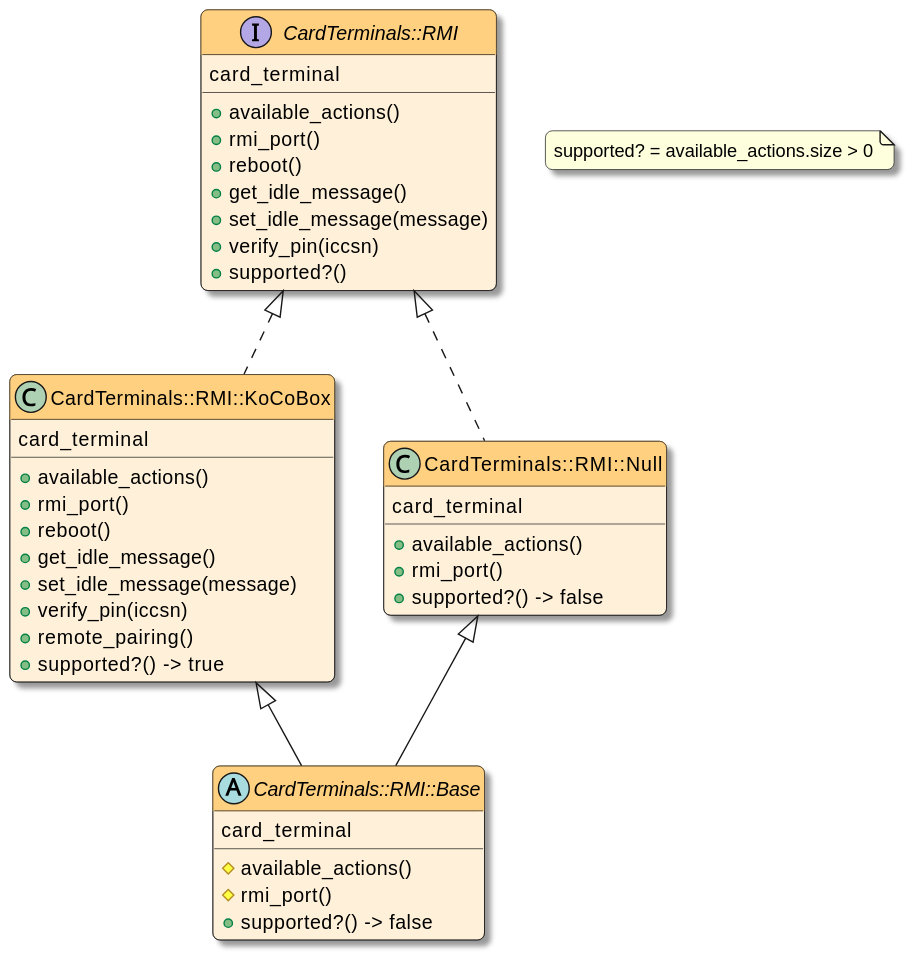
Earlier version of the PlantUML export docs/devnotes/_images/card_terminals/rmi.svg (swobspace/cocard).
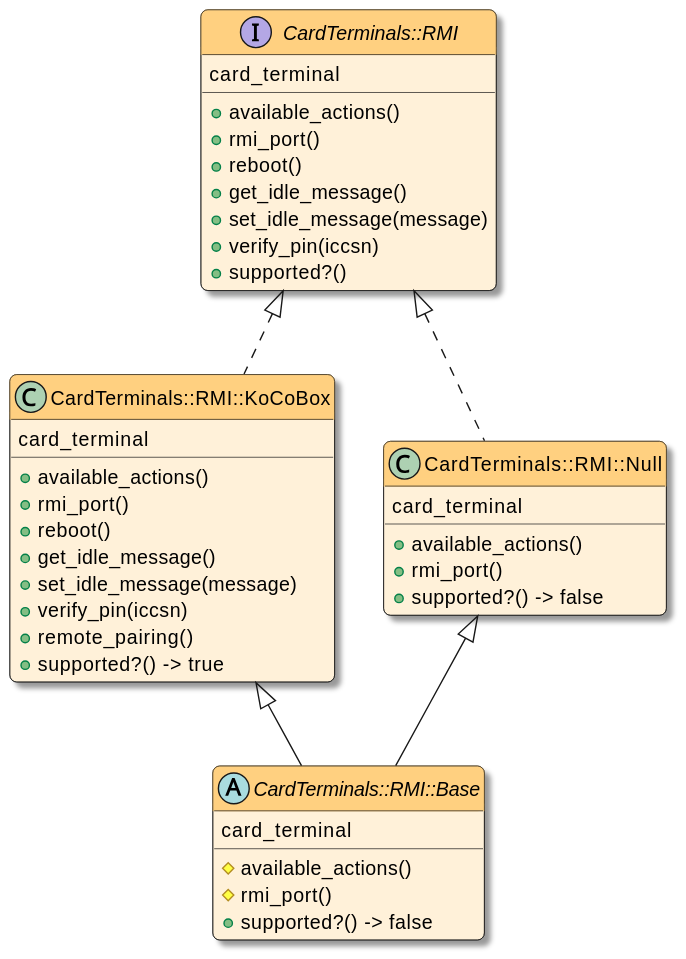
Later version of the same file.

The edit, as a diff of the source:
```diff
@@ -44,8 +44,4 @@
 rmi <|.. rmi_null
 rmi_koco <|-- rmi_base
 rmi_null <|-- rmi_base
-
-note as n1
-supported? = available_actions.size > 0
-end note
 @enduml
```
